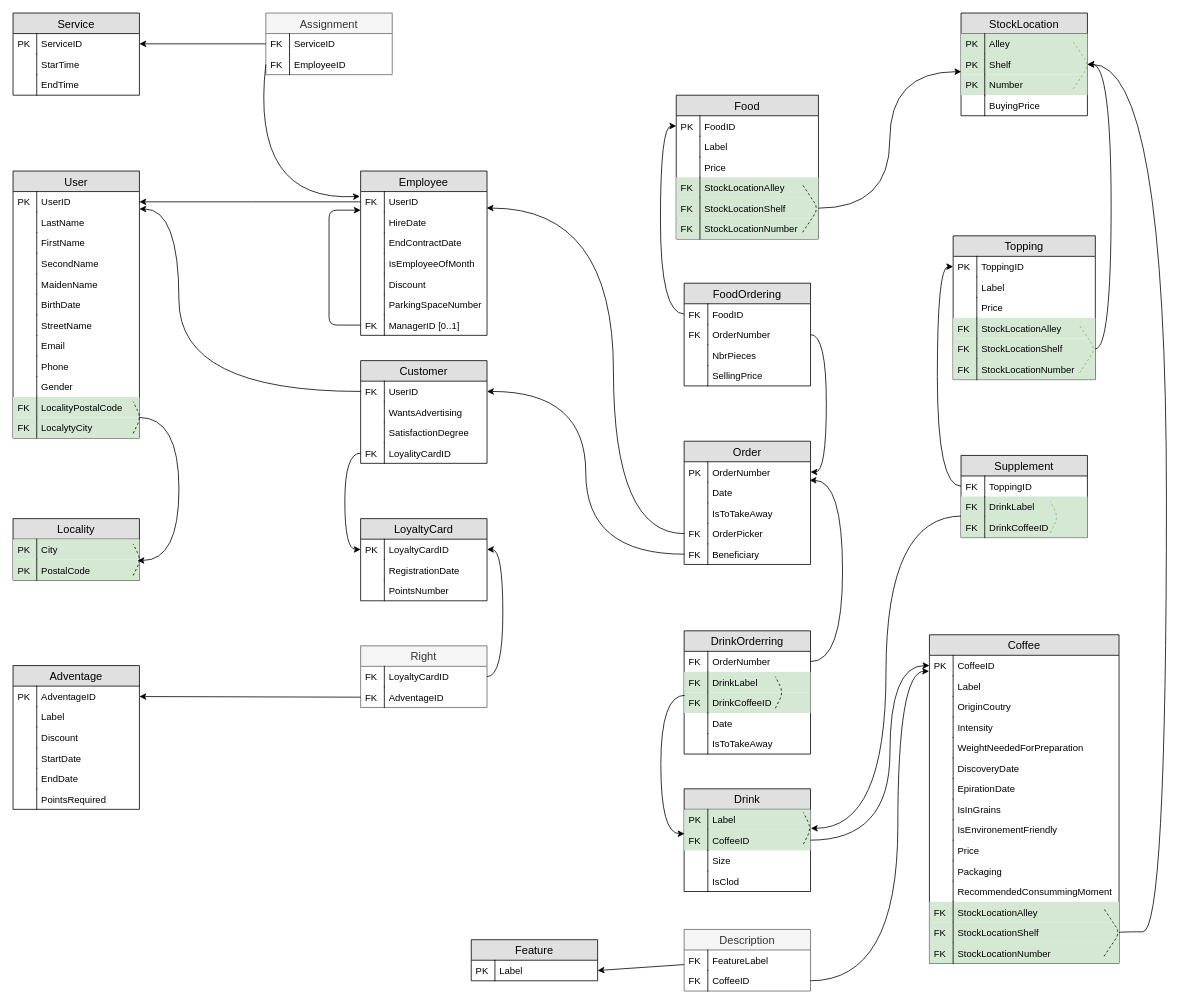
DrakeXorn/CoffIG keeps this draw.io diagram as schéma logique relationnel.drawio. Above is the earlier version. Source tidied: cells renumbered, new cells numbered last; positions are measured from the earlier drawing's top-left corner, leaving out a move shared by most shapes. Both pictures are drawn from the tidied source at 79%, with x=0, y=0 at pixel (13, 13).
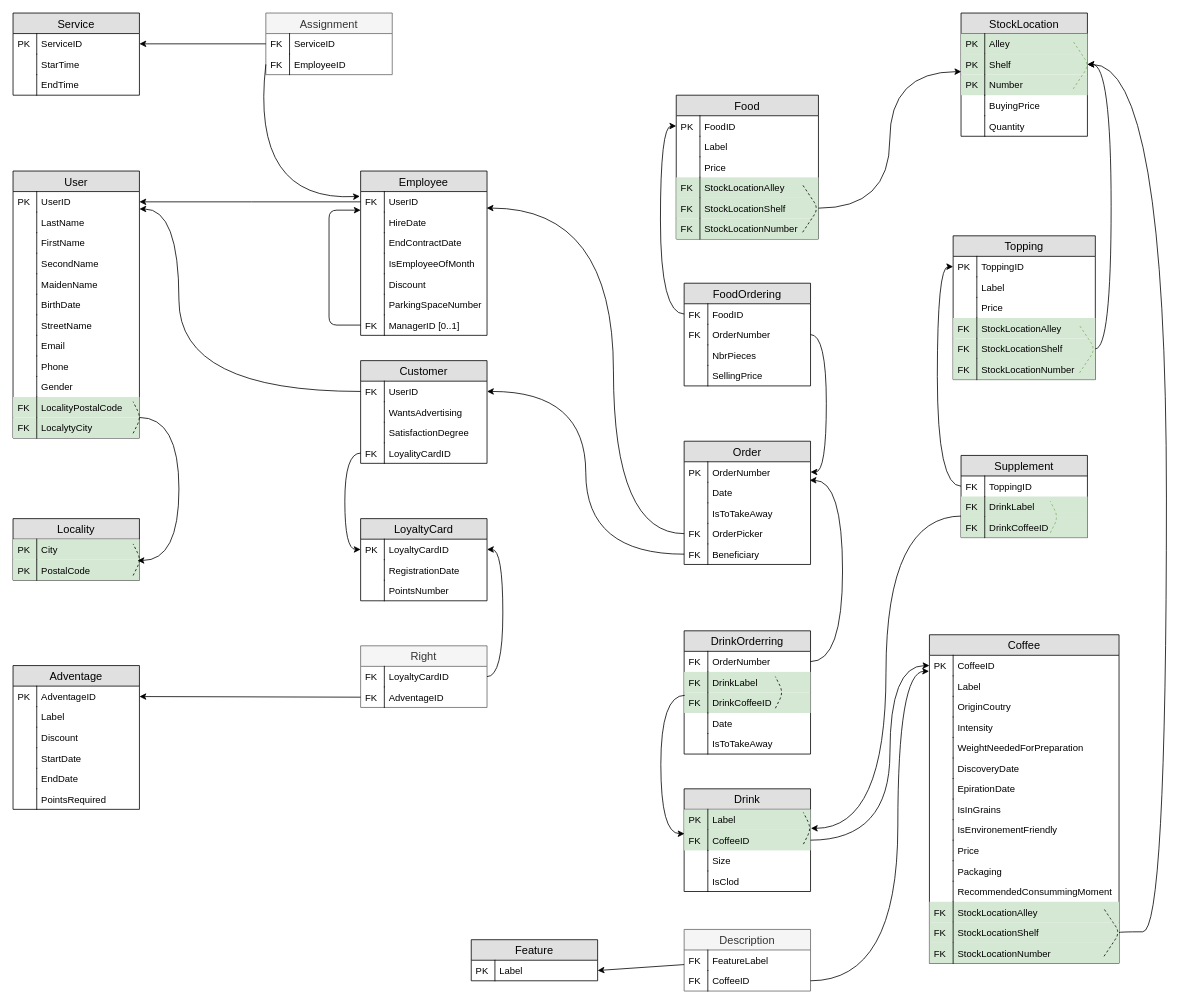
The same diagram, later.

Diff of the diagram source:
```diff
@@
     <mxCell id="104" value="StockLocation" style="swimlane;fontStyle=0;horizontal=1;startSize=26;fillColor=#e0e0e0;swimlaneFillColor=#ffffff;align=center;fontSize=14;" parent="1" vertex="1">
-      <mxGeometry x="1200" width="160" height="130" as="geometry" />
+      <mxGeometry x="1200" width="160" height="156" as="geometry" />
     </mxCell>
@@
+    <mxCell id="246" value="Quantity" style="shape=partialRectangle;top=0;left=0;right=0;bottom=0;align=left;verticalAlign=top;fillColor=none;spacingLeft=34;spacingRight=4;overflow=hidden;fontSize=12;" parent="104" vertex="1">
+      <mxGeometry y="130" width="160" height="26" as="geometry" />
+    </mxCell>
+    <mxCell id="247" style="shape=partialRectangle;top=0;left=0;bottom=0;fillColor=none;align=left;verticalAlign=top;spacingLeft=4;spacingRight=4;overflow=hidden;fontSize=12;" parent="246" vertex="1">
+      <mxGeometry width="30" height="26" as="geometry" />
+    </mxCell>
```
